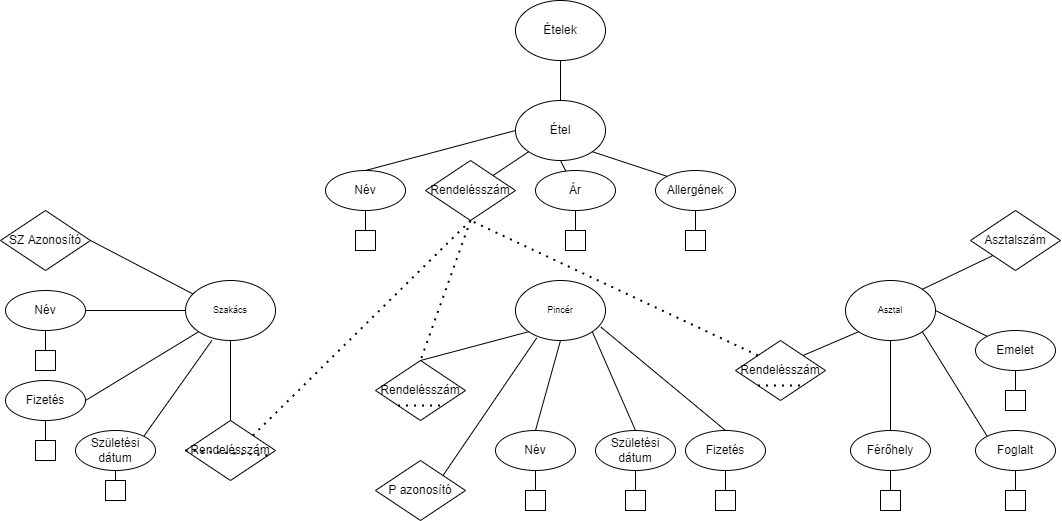
Earlier version of the draw.io export Beadandó/XDMJDBXZ1.png (sergyanlaszlo/JDBXZ1_XMLGyak). Source tidied: cells renumbered, new cells last; positions are measured from the earlier drawing's top-left corner, leaving out a move shared by most shapes.
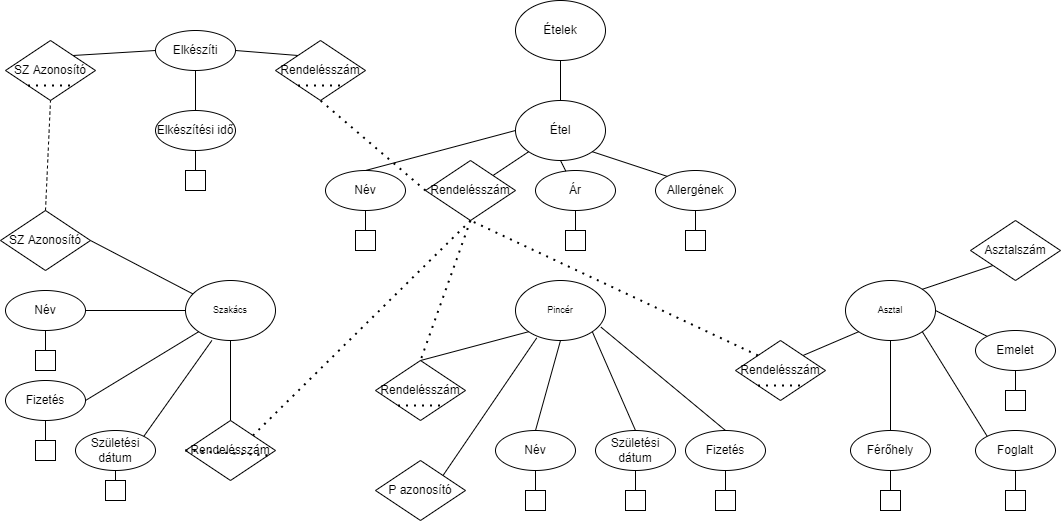
The same diagram one commit later.

Diff of the diagram source:
```diff
@@ -174,7 +174,7 @@
       <mxGeometry x="975" y="330" width="80" height="40" as="geometry" />
     </mxCell>
     <mxCell id="56" value="Asztalszám" style="rhombus;whiteSpace=wrap;html=1;" parent="1" vertex="1">
-      <mxGeometry x="970" y="210" width="90" height="60" as="geometry" />
+      <mxGeometry x="970" y="220" width="90" height="60" as="geometry" />
     </mxCell>
     <mxCell id="57" style="endArrow=none;html=1;rounded=0;fontSize=9;exitX=0.5;exitY=1;exitDx=0;exitDy=0;entryX=0.5;entryY=0;entryDx=0;entryDy=0;" parent="1" edge="1" source="15" target="50">
       <mxGeometry relative="1" as="geometry" />
@@ -235,5 +235,44 @@
     <mxCell id="75" style="endArrow=none;html=1;rounded=0;fontSize=9;exitX=1;exitY=0;exitDx=0;exitDy=0;entryX=0.236;entryY=0.957;entryDx=0;entryDy=0;entryPerimeter=0;" parent="1" edge="1" source="74" target="14">
       <mxGeometry relative="1" as="geometry" />
     </mxCell>
+    <mxCell id="76" value="Elkészíti" style="ellipse;whiteSpace=wrap;html=1;" parent="1" vertex="1">
+      <mxGeometry x="155" y="30" width="80" height="40" as="geometry" />
+    </mxCell>
+    <mxCell id="77" value="SZ Azonosító" style="rhombus;whiteSpace=wrap;html=1;" parent="1" vertex="1">
+      <mxGeometry x="5" y="40" width="90" height="60" as="geometry" />
+    </mxCell>
+    <mxCell id="78" value="Rendelésszám" style="rhombus;whiteSpace=wrap;html=1;" parent="1" vertex="1">
+      <mxGeometry x="275" y="40" width="90" height="60" as="geometry" />
+    </mxCell>
+    <mxCell id="79" style="endArrow=none;dashed=1;html=1;dashPattern=1 3;strokeWidth=2;rounded=0;exitX=0;exitY=1;exitDx=0;exitDy=0;entryX=1;entryY=1;entryDx=0;entryDy=0;" parent="1" edge="1" source="78" target="78">
+      <mxGeometry relative="1" as="geometry" />
+    </mxCell>
+    <mxCell id="80" style="endArrow=none;dashed=1;html=1;dashPattern=1 3;strokeWidth=2;rounded=0;exitX=0;exitY=1;exitDx=0;exitDy=0;entryX=1;entryY=1;entryDx=0;entryDy=0;" parent="1" edge="1" source="77" target="77">
+      <mxGeometry relative="1" as="geometry" />
+    </mxCell>
+    <mxCell id="81" style="endArrow=none;html=1;rounded=0;entryX=0;entryY=0.5;entryDx=0;entryDy=0;exitX=1;exitY=0;exitDx=0;exitDy=0;" parent="1" edge="1" source="77" target="76">
+      <mxGeometry relative="1" as="geometry" />
+    </mxCell>
+    <mxCell id="82" style="endArrow=none;html=1;rounded=0;entryX=0;entryY=0;entryDx=0;entryDy=0;exitX=1;exitY=0.5;exitDx=0;exitDy=0;" parent="1" edge="1" source="76" target="78">
+      <mxGeometry relative="1" as="geometry" />
+    </mxCell>
+    <mxCell id="83" style="endArrow=none;dashed=1;html=1;dashPattern=1 3;strokeWidth=2;rounded=0;entryX=0.5;entryY=1;entryDx=0;entryDy=0;exitX=0;exitY=0.5;exitDx=0;exitDy=0;" parent="1" edge="1" source="7" target="78">
+      <mxGeometry relative="1" as="geometry" />
+    </mxCell>
+    <mxCell id="84" style="endArrow=none;dashed=1;html=1;rounded=0;entryX=0.5;entryY=1;entryDx=0;entryDy=0;exitX=0.5;exitY=0;exitDx=0;exitDy=0;" parent="1" edge="1" source="46" target="77">
+      <mxGeometry relative="1" as="geometry" />
+    </mxCell>
+    <mxCell id="85" value="Elkészítési idő" style="ellipse;whiteSpace=wrap;html=1;" parent="1" vertex="1">
+      <mxGeometry x="155" y="110" width="80" height="40" as="geometry" />
+    </mxCell>
+    <mxCell id="86" style="endArrow=none;html=1;rounded=0;entryX=0.5;entryY=1;entryDx=0;entryDy=0;exitX=0.5;exitY=0;exitDx=0;exitDy=0;" parent="1" edge="1" source="85" target="76">
+      <mxGeometry relative="1" as="geometry" />
+    </mxCell>
+    <mxCell id="87" style="rounded=0;whiteSpace=wrap;html=1;fontSize=9;" parent="1" vertex="1">
+      <mxGeometry x="185" y="170" width="20" height="20" as="geometry" />
+    </mxCell>
+    <mxCell id="88" style="endArrow=none;html=1;rounded=0;fontSize=9;entryX=0.5;entryY=1;entryDx=0;entryDy=0;exitX=0.5;exitY=0;exitDx=0;exitDy=0;" parent="1" edge="1" source="87" target="85">
+      <mxGeometry relative="1" as="geometry" />
+    </mxCell>
   </root>
 </mxGraphModel>
```
